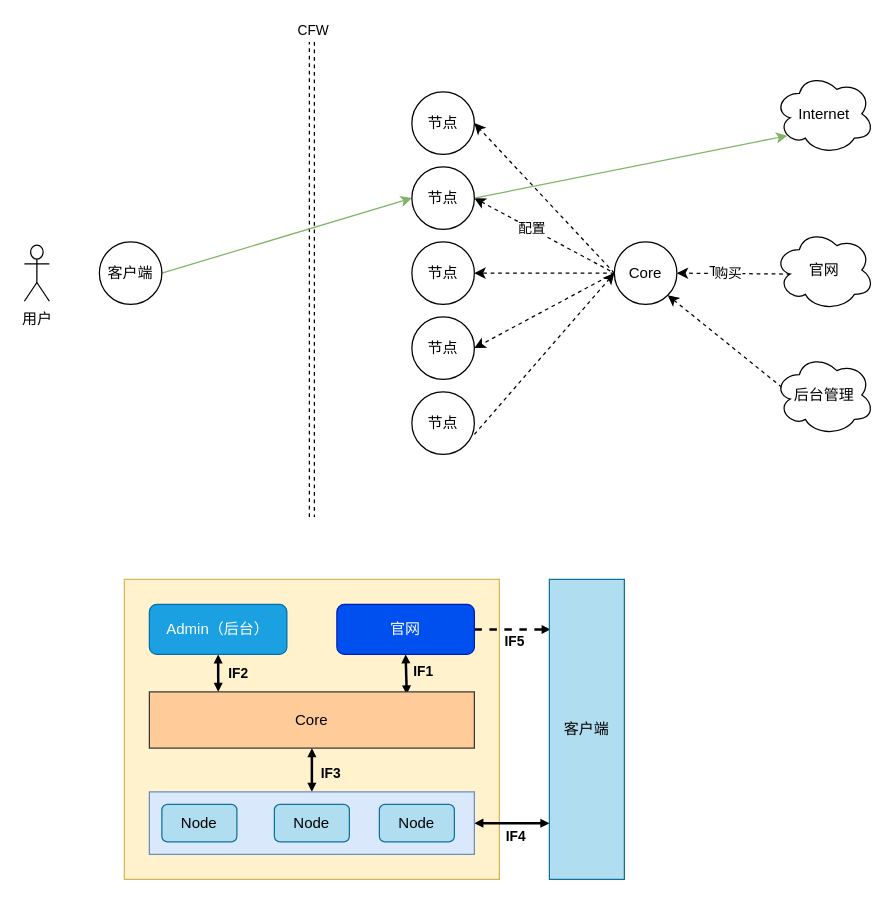
Before: page "第 3 页" (2 of 5) of bluary.drawio in zebra-min/my-design, a draw.io diagram. Source tidied: cells renumbered, new cells numbered last; positions are measured from the earlier drawing's top-left corner, leaving out a move shared by most shapes. Both pictures are drawn from the tidied source at 125%, with x=0, y=0 at pixel (24, 41).
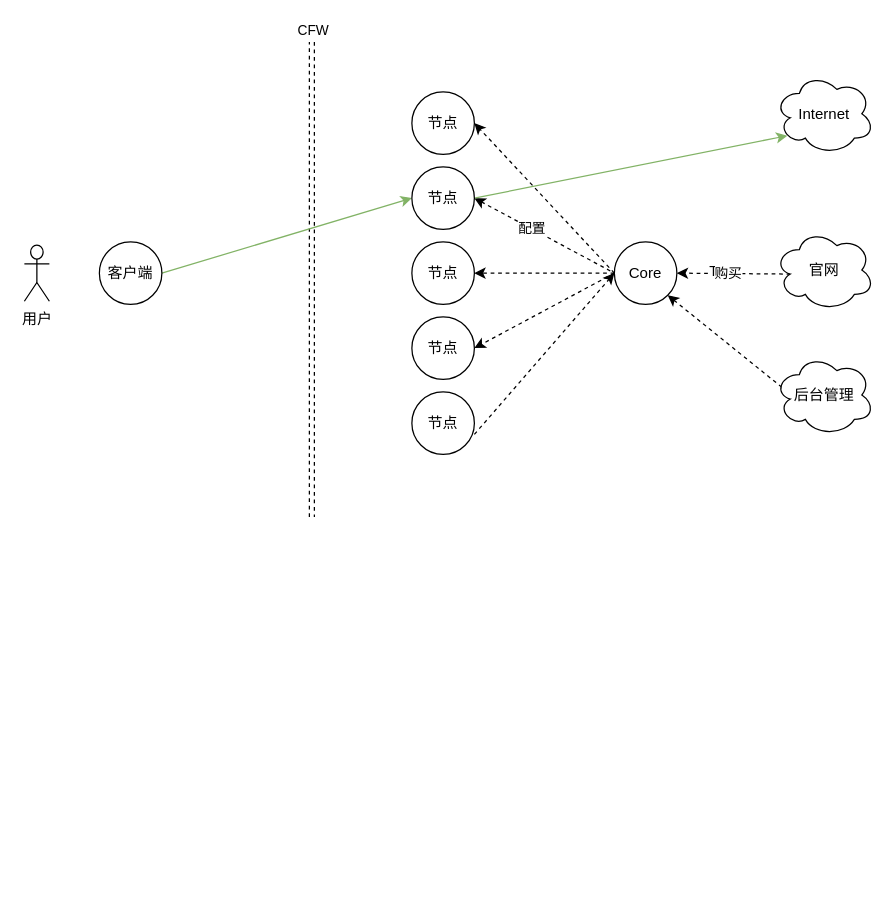
After the change.

Change to the diagram source:
```diff
@@
-    <mxCell id="27" style="rounded=0;whiteSpace=wrap;html=1;fillColor=#fff2cc;strokeColor=#d6b656;" parent="1" vertex="1">
-      <mxGeometry x="80" y="430" width="300" height="240" as="geometry" />
-    </mxCell>
-    <mxCell id="28" style="edgeStyle=orthogonalEdgeStyle;rounded=0;jettySize=auto;html=1;exitX=0.5;exitY=1;exitDx=0;exitDy=0;entryX=0.792;entryY=0.044;entryDx=0;entryDy=0;entryPerimeter=0;startArrow=block;startFill=1;strokeWidth=2;endSize=2;startSize=2;jumpSize=4;endArrow=block;endFill=1;" parent="1" edge="1" source="32" target="38">
-      <mxGeometry relative="1" as="geometry" />
-    </mxCell>
-    <mxCell id="29" value="IF1" style="edgeLabel;html=1;align=center;verticalAlign=middle;fontStyle=1;labelBackgroundColor=none;" parent="28" vertex="1">
-      <mxGeometry x="-0.12" y="2" relative="1" as="geometry">
-        <mxPoint x="11" as="offset" />
-      </mxGeometry>
-    </mxCell>
-    <mxCell id="30" style="edgeStyle=orthogonalEdgeStyle;rounded=0;jettySize=auto;html=1;exitX=1;exitY=0.5;exitDx=0;exitDy=0;entryX=0.017;entryY=0.167;entryDx=0;entryDy=0;entryPerimeter=0;dashed=1;strokeWidth=2;endSize=2;jumpSize=0;startSize=2;endArrow=block;endFill=1;" parent="1" edge="1" source="32" target="39">
-      <mxGeometry relative="1" as="geometry" />
-    </mxCell>
-    <mxCell id="31" value="IF5" style="edgeLabel;html=1;align=center;verticalAlign=middle;fontStyle=1;" parent="30" vertex="1">
-      <mxGeometry x="-0.15" relative="1" as="geometry">
-        <mxPoint x="5" y="9" as="offset" />
-      </mxGeometry>
-    </mxCell>
-    <mxCell id="32" value="官网" style="rounded=1;whiteSpace=wrap;html=1;fillColor=#0050ef;fontColor=#ffffff;strokeColor=#001DBC;" parent="1" vertex="1">
-      <mxGeometry x="250" y="450" width="110" height="40" as="geometry" />
-    </mxCell>
-    <mxCell id="33" style="edgeStyle=orthogonalEdgeStyle;rounded=0;jettySize=auto;html=1;exitX=0.5;exitY=1;exitDx=0;exitDy=0;entryX=0.212;entryY=0;entryDx=0;entryDy=0;entryPerimeter=0;startArrow=block;startFill=1;strokeWidth=2;startSize=2;endSize=2;endArrow=block;endFill=1;" parent="1" edge="1" source="35" target="38">
-      <mxGeometry relative="1" as="geometry" />
-    </mxCell>
-    <mxCell id="34" value="IF2" style="edgeLabel;html=1;align=center;verticalAlign=middle;fontStyle=1;labelBackgroundColor=none;" parent="33" vertex="1">
-      <mxGeometry y="1" relative="1" as="geometry">
-        <mxPoint x="14" as="offset" />
-      </mxGeometry>
-    </mxCell>
-    <mxCell id="35" value="Admin（后台）" style="rounded=1;whiteSpace=wrap;html=1;fillColor=#1ba1e2;fontColor=#ffffff;strokeColor=#006EAF;" parent="1" vertex="1">
-      <mxGeometry x="100" y="450" width="110" height="40" as="geometry" />
-    </mxCell>
-    <mxCell id="36" style="edgeStyle=orthogonalEdgeStyle;rounded=0;jettySize=auto;html=1;exitX=0.5;exitY=1;exitDx=0;exitDy=0;entryX=0.5;entryY=0;entryDx=0;entryDy=0;startArrow=block;startFill=1;strokeWidth=2;startSize=2;endSize=2;endArrow=block;endFill=1;" parent="1" edge="1" source="38" target="42">
-      <mxGeometry relative="1" as="geometry" />
-    </mxCell>
-    <mxCell id="37" value="IF3" style="edgeLabel;html=1;align=center;verticalAlign=middle;fontStyle=1;labelBackgroundColor=none;" parent="36" vertex="1">
-      <mxGeometry x="0.09" y="1" relative="1" as="geometry">
-        <mxPoint x="13" as="offset" />
-      </mxGeometry>
-    </mxCell>
-    <mxCell id="38" value="Core" style="rounded=0;whiteSpace=wrap;html=1;fillColor=#ffcc99;strokeColor=#36393d;" parent="1" vertex="1">
-      <mxGeometry x="100" y="520" width="260" height="45" as="geometry" />
-    </mxCell>
-    <mxCell id="39" value="客户端" style="rounded=0;whiteSpace=wrap;html=1;horizontal=1;verticalAlign=middle;fillColor=#b1ddf0;strokeColor=#10739e;" parent="1" vertex="1">
-      <mxGeometry x="420" y="430" width="60" height="240" as="geometry" />
-    </mxCell>
-    <mxCell id="40" style="edgeStyle=orthogonalEdgeStyle;rounded=0;jettySize=auto;html=1;exitX=1;exitY=0.5;exitDx=0;exitDy=0;entryX=0;entryY=0.813;entryDx=0;entryDy=0;entryPerimeter=0;startArrow=block;startFill=1;strokeWidth=2;startSize=2;endSize=2;endArrow=block;endFill=1;" parent="1" edge="1" source="42" target="39">
-      <mxGeometry relative="1" as="geometry" />
-    </mxCell>
-    <mxCell id="41" value="IF4" style="edgeLabel;html=1;align=center;verticalAlign=middle;fontStyle=1;" parent="40" vertex="1">
-      <mxGeometry x="0.1" y="-1" relative="1" as="geometry">
-        <mxPoint y="9" as="offset" />
-      </mxGeometry>
-    </mxCell>
-    <mxCell id="42" style="rounded=0;whiteSpace=wrap;html=1;fillColor=#dae8fc;strokeColor=#6c8ebf;" parent="1" vertex="1">
-      <mxGeometry x="100" y="600" width="260" height="50" as="geometry" />
-    </mxCell>
-    <mxCell id="43" value="Node" style="rounded=1;whiteSpace=wrap;html=1;fillColor=#b1ddf0;strokeColor=#10739e;" parent="1" vertex="1">
-      <mxGeometry x="110" y="610" width="60" height="30" as="geometry" />
-    </mxCell>
-    <mxCell id="44" value="Node" style="rounded=1;whiteSpace=wrap;html=1;fillColor=#b1ddf0;strokeColor=#10739e;" parent="1" vertex="1">
-      <mxGeometry x="200" y="610" width="60" height="30" as="geometry" />
-    </mxCell>
-    <mxCell id="45" value="Node" style="rounded=1;whiteSpace=wrap;html=1;fillColor=#b1ddf0;strokeColor=#10739e;" parent="1" vertex="1">
-      <mxGeometry x="284" y="610" width="60" height="30" as="geometry" />
-    </mxCell>
```
